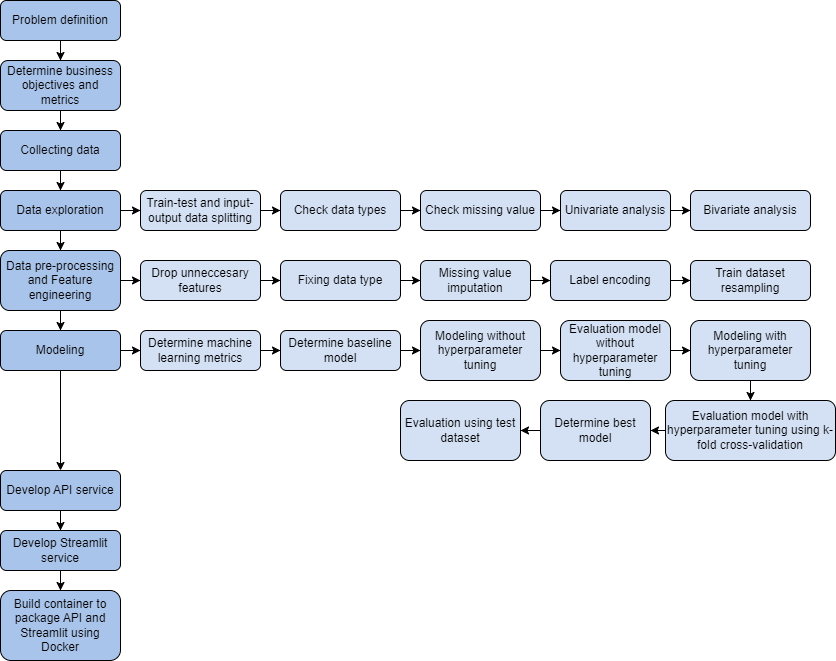
Earlier version of the draw.io export assets/machine_learning_workflow.png (etikawdywt16/fraud-detection-project). Source tidied: cells renumbered, new cells last; positions are measured from the earlier drawing's top-left corner, leaving out a move shared by most shapes.
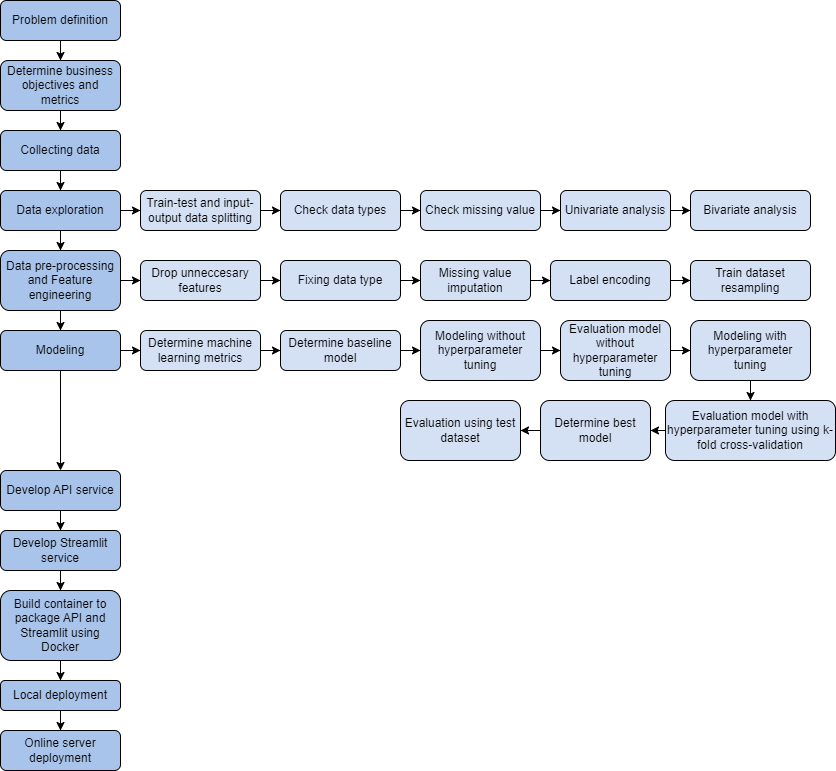
After the commit.

Diff of the diagram source:
```diff
@@ -149,6 +149,9 @@
     <mxCell id="50" value="Develop Streamlit service" style="whiteSpace=wrap;html=1;fillColor=#A9C4EB;rounded=1;" parent="1" vertex="1">
       <mxGeometry y="530" width="120" height="40" as="geometry" />
     </mxCell>
+    <mxCell id="55" style="edgeStyle=orthogonalEdgeStyle;rounded=0;jettySize=auto;html=1;" parent="1" edge="1" source="51" target="57">
+      <mxGeometry relative="1" as="geometry" />
+    </mxCell>
     <mxCell id="51" value="Build container to package API and Streamlit using Docker" style="whiteSpace=wrap;html=1;fillColor=#A9C4EB;rounded=1;" parent="1" vertex="1">
       <mxGeometry y="590" width="120" height="70" as="geometry" />
     </mxCell>
@@ -161,5 +164,14 @@
     <mxCell id="54" value="Determine machine learning metrics" style="whiteSpace=wrap;html=1;rounded=1;fillColor=#D4E1F5;" parent="1" vertex="1">
       <mxGeometry x="140" y="330" width="120" height="40" as="geometry" />
     </mxCell>
+    <mxCell id="56" style="edgeStyle=orthogonalEdgeStyle;rounded=0;jettySize=auto;html=1;" parent="1" edge="1" source="57" target="58">
+      <mxGeometry relative="1" as="geometry" />
+    </mxCell>
+    <mxCell id="57" value="Local deployment" style="whiteSpace=wrap;html=1;fillColor=#A9C4EB;rounded=1;" parent="1" vertex="1">
+      <mxGeometry y="680" width="120" height="30" as="geometry" />
+    </mxCell>
+    <mxCell id="58" value="Online server deployment" style="whiteSpace=wrap;html=1;fillColor=#A9C4EB;rounded=1;" parent="1" vertex="1">
+      <mxGeometry y="730" width="120" height="40" as="geometry" />
+    </mxCell>
   </root>
 </mxGraphModel>
```
